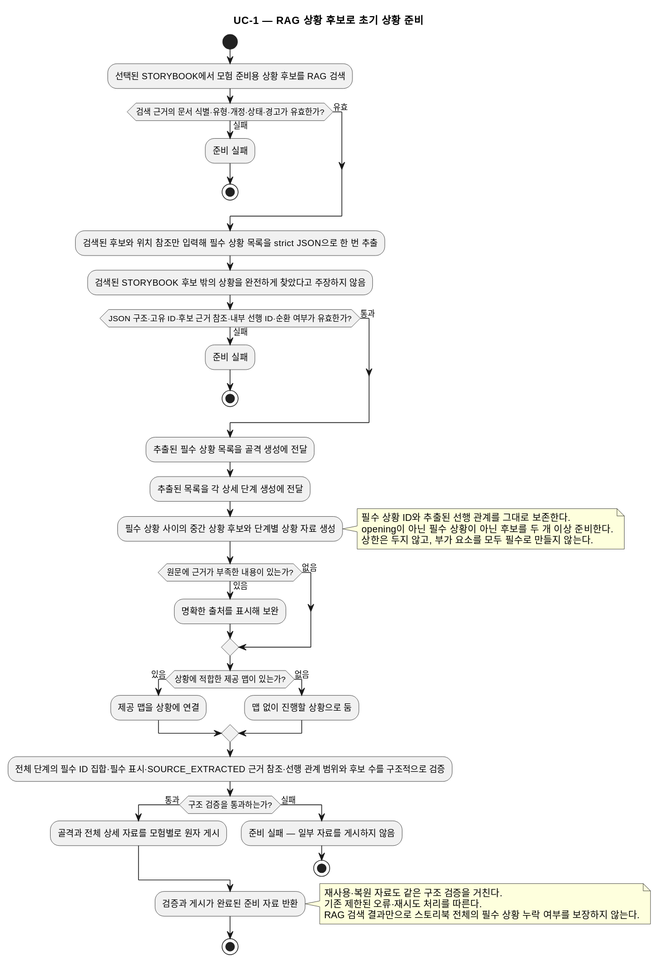
The PlantUML diagram docs/specs/scenario-situation-candidates/diagrams/product/UC-1.activity.svg in omegafrog/dnd-master, before a commit. Source of this version:
```plantuml
@startuml
title UC-1 — RAG 상황 후보로 초기 상황 준비
start
:선택된 STORYBOOK에서 모험 준비용 상황 후보를 RAG 검색;
if (검색 근거의 문서 식별·유형·개정·상태·경고가 유효한가?) then (유효)
else (실패)
  :준비 실패;
  stop
endif
:검색된 후보와 위치 참조만 입력해 필수 상황 목록을 strict JSON으로 한 번 추출;
:검색된 STORYBOOK 후보 밖의 상황을 완전하게 찾았다고 주장하지 않음;
if (JSON 구조·고유 ID·후보 근거 참조·내부 선행 ID·순환 여부가 유효한가?) then (통과)
else (실패)
  :준비 실패;
  stop
endif
:추출된 필수 상황 목록을 골격 생성에 전달;
:추출된 목록을 각 상세 단계 생성에 전달;
:필수 상황 사이의 중간 상황 후보와 단계별 상황 자료 생성;
note right
  필수 상황 ID와 추출된 선행 관계를 그대로 보존한다.
  opening이 아닌 필수 상황이 아닌 후보를 두 개 이상 준비한다.
  상한은 두지 않고, 부가 요소를 모두 필수로 만들지 않는다.
end note
if (원문에 근거가 부족한 내용이 있는가?) then (있음)
  :명확한 출처를 표시해 보완;
else (없음)
endif
if (상황에 적합한 제공 맵이 있는가?) then (있음)
  :제공 맵을 상황에 연결;
else (없음)
  :맵 없이 진행할 상황으로 둠;
endif
:전체 단계의 필수 ID 집합·필수 표시·SOURCE_EXTRACTED 근거 참조·선행 관계 범위와 후보 수를 구조적으로 검증;
if (구조 검증을 통과하는가?) then (통과)
  :골격과 전체 상세 자료를 모험별로 원자 게시;
else (실패)
  :준비 실패 — 일부 자료를 게시하지 않음;
  stop
endif
:검증과 게시가 완료된 준비 자료 반환;
note right
  재사용·복원 자료도 같은 구조 검증을 거친다.
  기존 제한된 오류·재시도 처리를 따른다.
  RAG 검색 결과만으로 스토리북 전체의 필수 상황 누락 여부를 보장하지 않는다.
end note
stop
@enduml
```
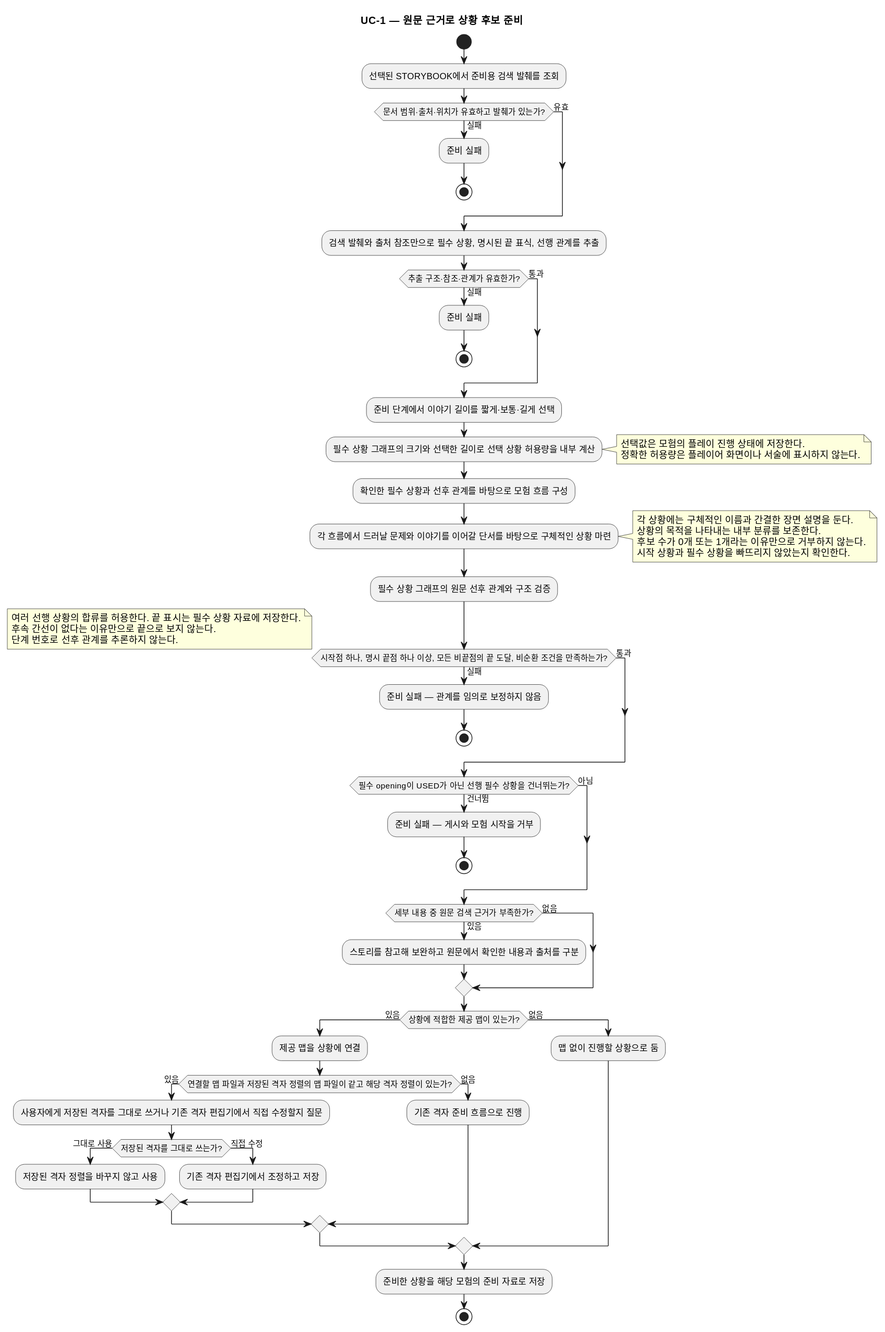
Later version of the same file.

Change to the diagram source:
```diff
@@ -1,48 +1,67 @@
 @startuml
-title UC-1 — RAG 상황 후보로 초기 상황 준비
+title UC-1 — 원문 근거로 상황 후보 준비
 start
-:선택된 STORYBOOK에서 모험 준비용 상황 후보를 RAG 검색;
-if (검색 근거의 문서 식별·유형·개정·상태·경고가 유효한가?) then (유효)
+:선택된 STORYBOOK에서 준비용 검색 발췌를 조회;
+if (문서 범위·출처·위치가 유효하고 발췌가 있는가?) then (유효)
 else (실패)
   :준비 실패;
   stop
 endif
-:검색된 후보와 위치 참조만 입력해 필수 상황 목록을 strict JSON으로 한 번 추출;
-:검색된 STORYBOOK 후보 밖의 상황을 완전하게 찾았다고 주장하지 않음;
-if (JSON 구조·고유 ID·후보 근거 참조·내부 선행 ID·순환 여부가 유효한가?) then (통과)
+:검색 발췌와 출처 참조만으로 필수 상황, 명시된 끝 표식, 선행 관계를 추출;
+if (추출 구조·참조·관계가 유효한가?) then (통과)
 else (실패)
   :준비 실패;
   stop
 endif
-:추출된 필수 상황 목록을 골격 생성에 전달;
-:추출된 목록을 각 상세 단계 생성에 전달;
-:필수 상황 사이의 중간 상황 후보와 단계별 상황 자료 생성;
+:준비 단계에서 이야기 길이를 짧게·보통·길게 선택;
+:필수 상황 그래프의 크기와 선택한 길이로 선택 상황 허용량을 내부 계산;
 note right
-  필수 상황 ID와 추출된 선행 관계를 그대로 보존한다.
-  opening이 아닌 필수 상황이 아닌 후보를 두 개 이상 준비한다.
-  상한은 두지 않고, 부가 요소를 모두 필수로 만들지 않는다.
+  선택값은 모험의 플레이 진행 상태에 저장한다.
+  정확한 허용량은 플레이어 화면이나 서술에 표시하지 않는다.
 end note
-if (원문에 근거가 부족한 내용이 있는가?) then (있음)
-  :명확한 출처를 표시해 보완;
+:확인한 필수 상황과 선후 관계를 바탕으로 모험 흐름 구성;
+:각 흐름에서 드러날 문제와 이야기를 이어갈 단서를 바탕으로 구체적인 상황 마련;
+note right
+  각 상황에는 구체적인 이름과 간결한 장면 설명을 둔다.
+  상황의 목적을 나타내는 내부 분류를 보존한다.
+  후보 수가 0개 또는 1개라는 이유만으로 거부하지 않는다.
+  시작 상황과 필수 상황을 빠뜨리지 않았는지 확인한다.
+end note
+:필수 상황 그래프의 원문 선후 관계와 구조 검증;
+if (시작점 하나, 명시 끝점 하나 이상, 모든 비끝점의 끝 도달, 비순환 조건을 만족하는가?) then (통과)
+else (실패)
+  :준비 실패 — 관계를 임의로 보정하지 않음;
+  stop
+endif
+note right
+  여러 선행 상황의 합류를 허용한다. 끝 표시는 필수 상황 자료에 저장한다.
+  후속 간선이 없다는 이유만으로 끝으로 보지 않는다.
+  단계 번호로 선후 관계를 추론하지 않는다.
+end note
+if (필수 opening이 USED가 아닌 선행 필수 상황을 건너뛰는가?) then (건너뜀)
+  :준비 실패 — 게시와 모험 시작을 거부;
+  stop
+else (아님)
+endif
+if (세부 내용 중 원문 검색 근거가 부족한가?) then (있음)
+  :스토리를 참고해 보완하고 원문에서 확인한 내용과 출처를 구분;
 else (없음)
 endif
 if (상황에 적합한 제공 맵이 있는가?) then (있음)
   :제공 맵을 상황에 연결;
+  if (연결할 맵 파일과 저장된 격자 정렬의 맵 파일이 같고 해당 격자 정렬이 있는가?) then (있음)
+    :사용자에게 저장된 격자를 그대로 쓰거나 기존 격자 편집기에서 직접 수정할지 질문;
+    if (저장된 격자를 그대로 쓰는가?) then (그대로 사용)
+      :저장된 격자 정렬을 바꾸지 않고 사용;
+    else (직접 수정)
+      :기존 격자 편집기에서 조정하고 저장;
+    endif
+  else (없음)
+    :기존 격자 준비 흐름으로 진행;
+  endif
 else (없음)
   :맵 없이 진행할 상황으로 둠;
 endif
-:전체 단계의 필수 ID 집합·필수 표시·SOURCE_EXTRACTED 근거 참조·선행 관계 범위와 후보 수를 구조적으로 검증;
-if (구조 검증을 통과하는가?) then (통과)
-  :골격과 전체 상세 자료를 모험별로 원자 게시;
-else (실패)
-  :준비 실패 — 일부 자료를 게시하지 않음;
-  stop
-endif
-:검증과 게시가 완료된 준비 자료 반환;
-note right
-  재사용·복원 자료도 같은 구조 검증을 거친다.
-  기존 제한된 오류·재시도 처리를 따른다.
-  RAG 검색 결과만으로 스토리북 전체의 필수 상황 누락 여부를 보장하지 않는다.
-end note
+:준비한 상황을 해당 모험의 준비 자료로 저장;
 stop
 @enduml
```
